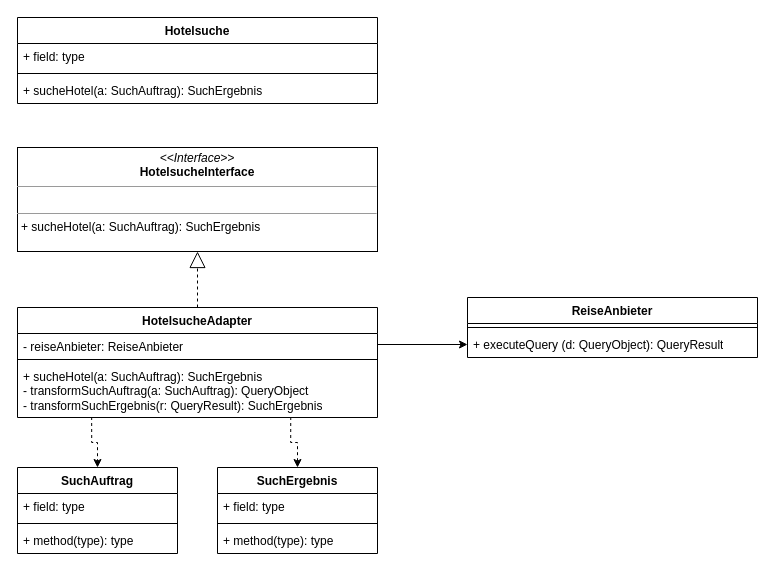
Above: SE1A8_1a.drawio in tobiasenger/zeichnungen (draw.io), before the change. Source tidied: cells renumbered, new cells numbered last; positions are measured from the earlier drawing's top-left corner, leaving out a move shared by most shapes. Both pictures are drawn from the tidied source at 100%, with x=0, y=0 at pixel (17, 17).
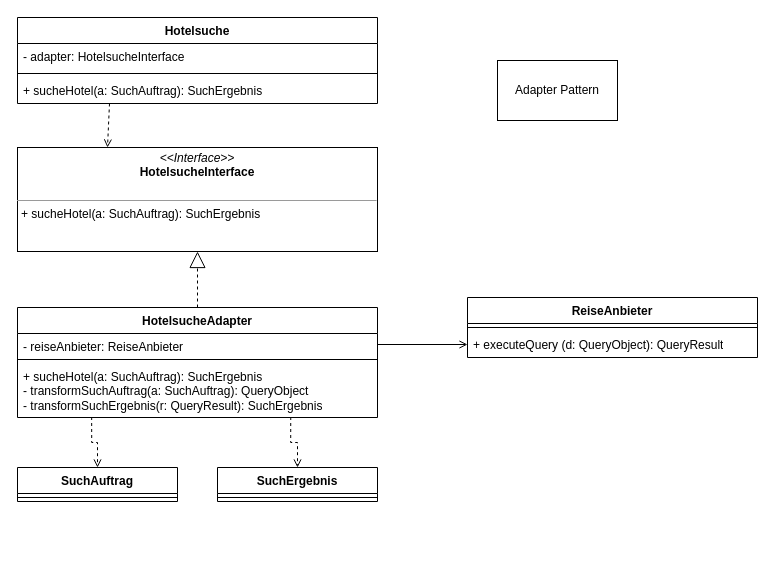
The same diagram, later.

The change refers to these unchanged cells:
```xml
<mxCell id="2" value="Hotelsuche" style="swimlane;fontStyle=1;align=center;verticalAlign=top;horizontal=1;startSize=26;whiteSpace=wrap;html=1;" parent="1" vertex="1">
  <mxGeometry width="360" height="86" as="geometry" />
</mxCell>
<mxCell id="8" value="+ executeQuery (d: QueryObject): QueryResult" style="text;strokeColor=none;fillColor=none;align=left;verticalAlign=top;spacingLeft=4;spacingRight=4;overflow=hidden;points=[[0,0.5],[1,0.5]];portConstraint=eastwest;whiteSpace=wrap;html=1;" parent="6" vertex="1">
  <mxGeometry y="34" width="290" height="26" as="geometry" />
</mxCell>
<mxCell id="11" value="- reiseAnbieter: ReiseAnbieter" style="text;strokeColor=none;fillColor=none;align=left;verticalAlign=top;spacingLeft=4;spacingRight=4;overflow=hidden;points=[[0,0.5],[1,0.5]];portConstraint=eastwest;whiteSpace=wrap;html=1;" parent="10" vertex="1">
  <mxGeometry y="26" width="360" height="22" as="geometry" />
</mxCell>
<mxCell id="13" value="+ sucheHotel(a: SuchAuftrag): SuchErgebnis&lt;br&gt;- transformSuchAuftrag(a: SuchAuftrag): QueryObject&lt;br&gt;- transformSuchErgebnis(r: QueryResult): SuchErgebnis" style="text;strokeColor=none;fillColor=none;align=left;verticalAlign=top;spacingLeft=4;spacingRight=4;overflow=hidden;points=[[0,0.5],[1,0.5]];portConstraint=eastwest;whiteSpace=wrap;html=1;" parent="10" vertex="1">
  <mxGeometry y="56" width="360" height="54" as="geometry" />
</mxCell>
```

The edit, as a diff of the source:
```diff
@@
-    <mxCell id="3" value="+ field: type" style="text;align=left;verticalAlign=top;spacingLeft=4;spacingRight=4;overflow=hidden;whiteSpace=wrap;html=1;" parent="2" vertex="1">
+    <mxCell id="3" value="- adapter: HotelsucheInterface" style="text;align=left;verticalAlign=top;spacingLeft=4;spacingRight=4;overflow=hidden;whiteSpace=wrap;html=1;" parent="2" vertex="1">
       <mxGeometry y="26" width="360" height="26" as="geometry" />
     </mxCell>
@@
-    <mxCell id="14" value="&lt;p style=&quot;margin:0px;margin-top:4px;text-align:center;&quot;&gt;&lt;i&gt;&amp;lt;&amp;lt;Interface&amp;gt;&amp;gt;&lt;/i&gt;&lt;br&gt;&lt;b&gt;HotelsucheInterface&lt;/b&gt;&lt;/p&gt;&lt;hr size=&quot;1&quot;&gt;&lt;p style=&quot;margin:0px;margin-left:4px;&quot;&gt;&lt;br&gt;&lt;/p&gt;&lt;hr size=&quot;1&quot;&gt;&lt;p style=&quot;margin:0px;margin-left:4px;&quot;&gt;+ sucheHotel(a: SuchAuftrag): SuchErgebnis&lt;/p&gt;" style="verticalAlign=top;align=left;overflow=fill;fontSize=12;fontFamily=Helvetica;html=1;whiteSpace=wrap;fillColor=none;" parent="1" vertex="1">
+    <mxCell id="14" value="&lt;p style=&quot;margin:0px;margin-top:4px;text-align:center;&quot;&gt;&lt;i&gt;&amp;lt;&amp;lt;Interface&amp;gt;&amp;gt;&lt;/i&gt;&lt;br&gt;&lt;b&gt;HotelsucheInterface&lt;/b&gt;&lt;/p&gt;&lt;p style=&quot;margin:0px;margin-left:4px;&quot;&gt;&lt;br&gt;&lt;/p&gt;&lt;hr size=&quot;1&quot;&gt;&lt;p style=&quot;margin:0px;margin-left:4px;&quot;&gt;+ sucheHotel(a: SuchAuftrag): SuchErgebnis&lt;/p&gt;" style="verticalAlign=top;align=left;overflow=fill;fontSize=12;fontFamily=Helvetica;html=1;whiteSpace=wrap;fillColor=none;" parent="1" vertex="1">
       <mxGeometry y="130" width="360" height="104" as="geometry" />
     </mxCell>
     <mxCell id="15" value="SuchAuftrag" style="swimlane;fontStyle=1;align=center;verticalAlign=top;horizontal=1;startSize=26;whiteSpace=wrap;html=1;" parent="1" vertex="1">
-      <mxGeometry y="450" width="160" height="86" as="geometry" />
+      <mxGeometry y="450" width="160" height="34" as="geometry" />
     </mxCell>
-    <mxCell id="16" value="+ field: type" style="text;strokeColor=none;fillColor=none;align=left;verticalAlign=top;spacingLeft=4;spacingRight=4;overflow=hidden;whiteSpace=wrap;html=1;" parent="15" vertex="1">
-      <mxGeometry y="26" width="160" height="26" as="geometry" />
-    </mxCell>
     <mxCell id="17" style="line;strokeWidth=1;fillColor=none;align=left;verticalAlign=middle;spacingTop=-1;spacingLeft=3;spacingRight=3;labelPosition=right;strokeColor=inherit;" parent="15" vertex="1">
-      <mxGeometry y="52" width="160" height="8" as="geometry" />
+      <mxGeometry y="26" width="160" height="8" as="geometry" />
     </mxCell>
-    <mxCell id="18" value="+ method(type): type" style="text;strokeColor=none;fillColor=none;align=left;verticalAlign=top;spacingLeft=4;spacingRight=4;overflow=hidden;whiteSpace=wrap;html=1;" parent="15" vertex="1">
-      <mxGeometry y="60" width="160" height="26" as="geometry" />
-    </mxCell>
     <mxCell id="19" value="SuchErgebnis" style="swimlane;fontStyle=1;align=center;verticalAlign=top;horizontal=1;startSize=26;whiteSpace=wrap;html=1;" parent="1" vertex="1">
-      <mxGeometry x="200" y="450" width="160" height="86" as="geometry" />
+      <mxGeometry x="200" y="450" width="160" height="34" as="geometry" />
     </mxCell>
-    <mxCell id="20" value="+ field: type" style="text;strokeColor=none;fillColor=none;align=left;verticalAlign=top;spacingLeft=4;spacingRight=4;overflow=hidden;whiteSpace=wrap;html=1;" parent="19" vertex="1">
-      <mxGeometry y="26" width="160" height="26" as="geometry" />
-    </mxCell>
     <mxCell id="21" style="line;strokeWidth=1;fillColor=none;align=left;verticalAlign=middle;spacingTop=-1;spacingLeft=3;spacingRight=3;labelPosition=right;strokeColor=inherit;" parent="19" vertex="1">
-      <mxGeometry y="52" width="160" height="8" as="geometry" />
+      <mxGeometry y="26" width="160" height="8" as="geometry" />
     </mxCell>
-    <mxCell id="22" value="+ method(type): type" style="text;strokeColor=none;fillColor=none;align=left;verticalAlign=top;spacingLeft=4;spacingRight=4;overflow=hidden;whiteSpace=wrap;html=1;" parent="19" vertex="1">
-      <mxGeometry y="60" width="160" height="26" as="geometry" />
-    </mxCell>
-    <mxCell id="23" style="edgeStyle=orthogonalEdgeStyle;rounded=0;jettySize=auto;html=1;exitX=1;exitY=0.5;exitDx=0;exitDy=0;entryX=0;entryY=0.5;entryDx=0;entryDy=0;endArrow=classic;endFill=1;" parent="1" edge="1" source="11" target="8">
+    <mxCell id="23" style="edgeStyle=orthogonalEdgeStyle;rounded=0;jettySize=auto;html=1;exitX=1;exitY=0.5;exitDx=0;exitDy=0;entryX=0;entryY=0.5;entryDx=0;entryDy=0;endArrow=open;endFill=0;" parent="1" edge="1" source="11" target="8">
       <mxGeometry relative="1" as="geometry" />
     </mxCell>
-    <mxCell id="24" style="edgeStyle=orthogonalEdgeStyle;rounded=0;jettySize=auto;html=1;entryX=0.5;entryY=0;entryDx=0;entryDy=0;dashed=1;exitX=0.206;exitY=0.991;exitDx=0;exitDy=0;exitPerimeter=0;" parent="1" edge="1" source="13" target="15">
+    <mxCell id="24" style="edgeStyle=orthogonalEdgeStyle;rounded=0;jettySize=auto;html=1;entryX=0.5;entryY=0;entryDx=0;entryDy=0;dashed=1;exitX=0.206;exitY=0.991;exitDx=0;exitDy=0;exitPerimeter=0;endArrow=open;endFill=0;" parent="1" edge="1" source="13" target="15">
       <mxGeometry relative="1" as="geometry" />
     </mxCell>
-    <mxCell id="25" style="edgeStyle=orthogonalEdgeStyle;rounded=0;jettySize=auto;html=1;exitX=0.759;exitY=0.991;exitDx=0;exitDy=0;dashed=1;exitPerimeter=0;" parent="1" edge="1" source="13" target="19">
+    <mxCell id="25" style="edgeStyle=orthogonalEdgeStyle;rounded=0;jettySize=auto;html=1;exitX=0.759;exitY=0.991;exitDx=0;exitDy=0;dashed=1;exitPerimeter=0;endArrow=open;endFill=0;" parent="1" edge="1" source="13" target="19">
       <mxGeometry relative="1" as="geometry" />
     </mxCell>
+    <mxCell id="26" style="rounded=0;jettySize=auto;html=1;entryX=0.25;entryY=0;entryDx=0;entryDy=0;strokeColor=default;dashed=1;endArrow=open;endFill=0;" parent="1" edge="1" target="14">
+      <mxGeometry relative="1" as="geometry">
+        <mxPoint x="92" y="86" as="sourcePoint" />
+      </mxGeometry>
+    </mxCell>
+    <mxCell id="27" value="Adapter Pattern" style="rounded=0;whiteSpace=wrap;html=1;" parent="1" vertex="1">
+      <mxGeometry x="480" y="43" width="120" height="60" as="geometry" />
+    </mxCell>
```
